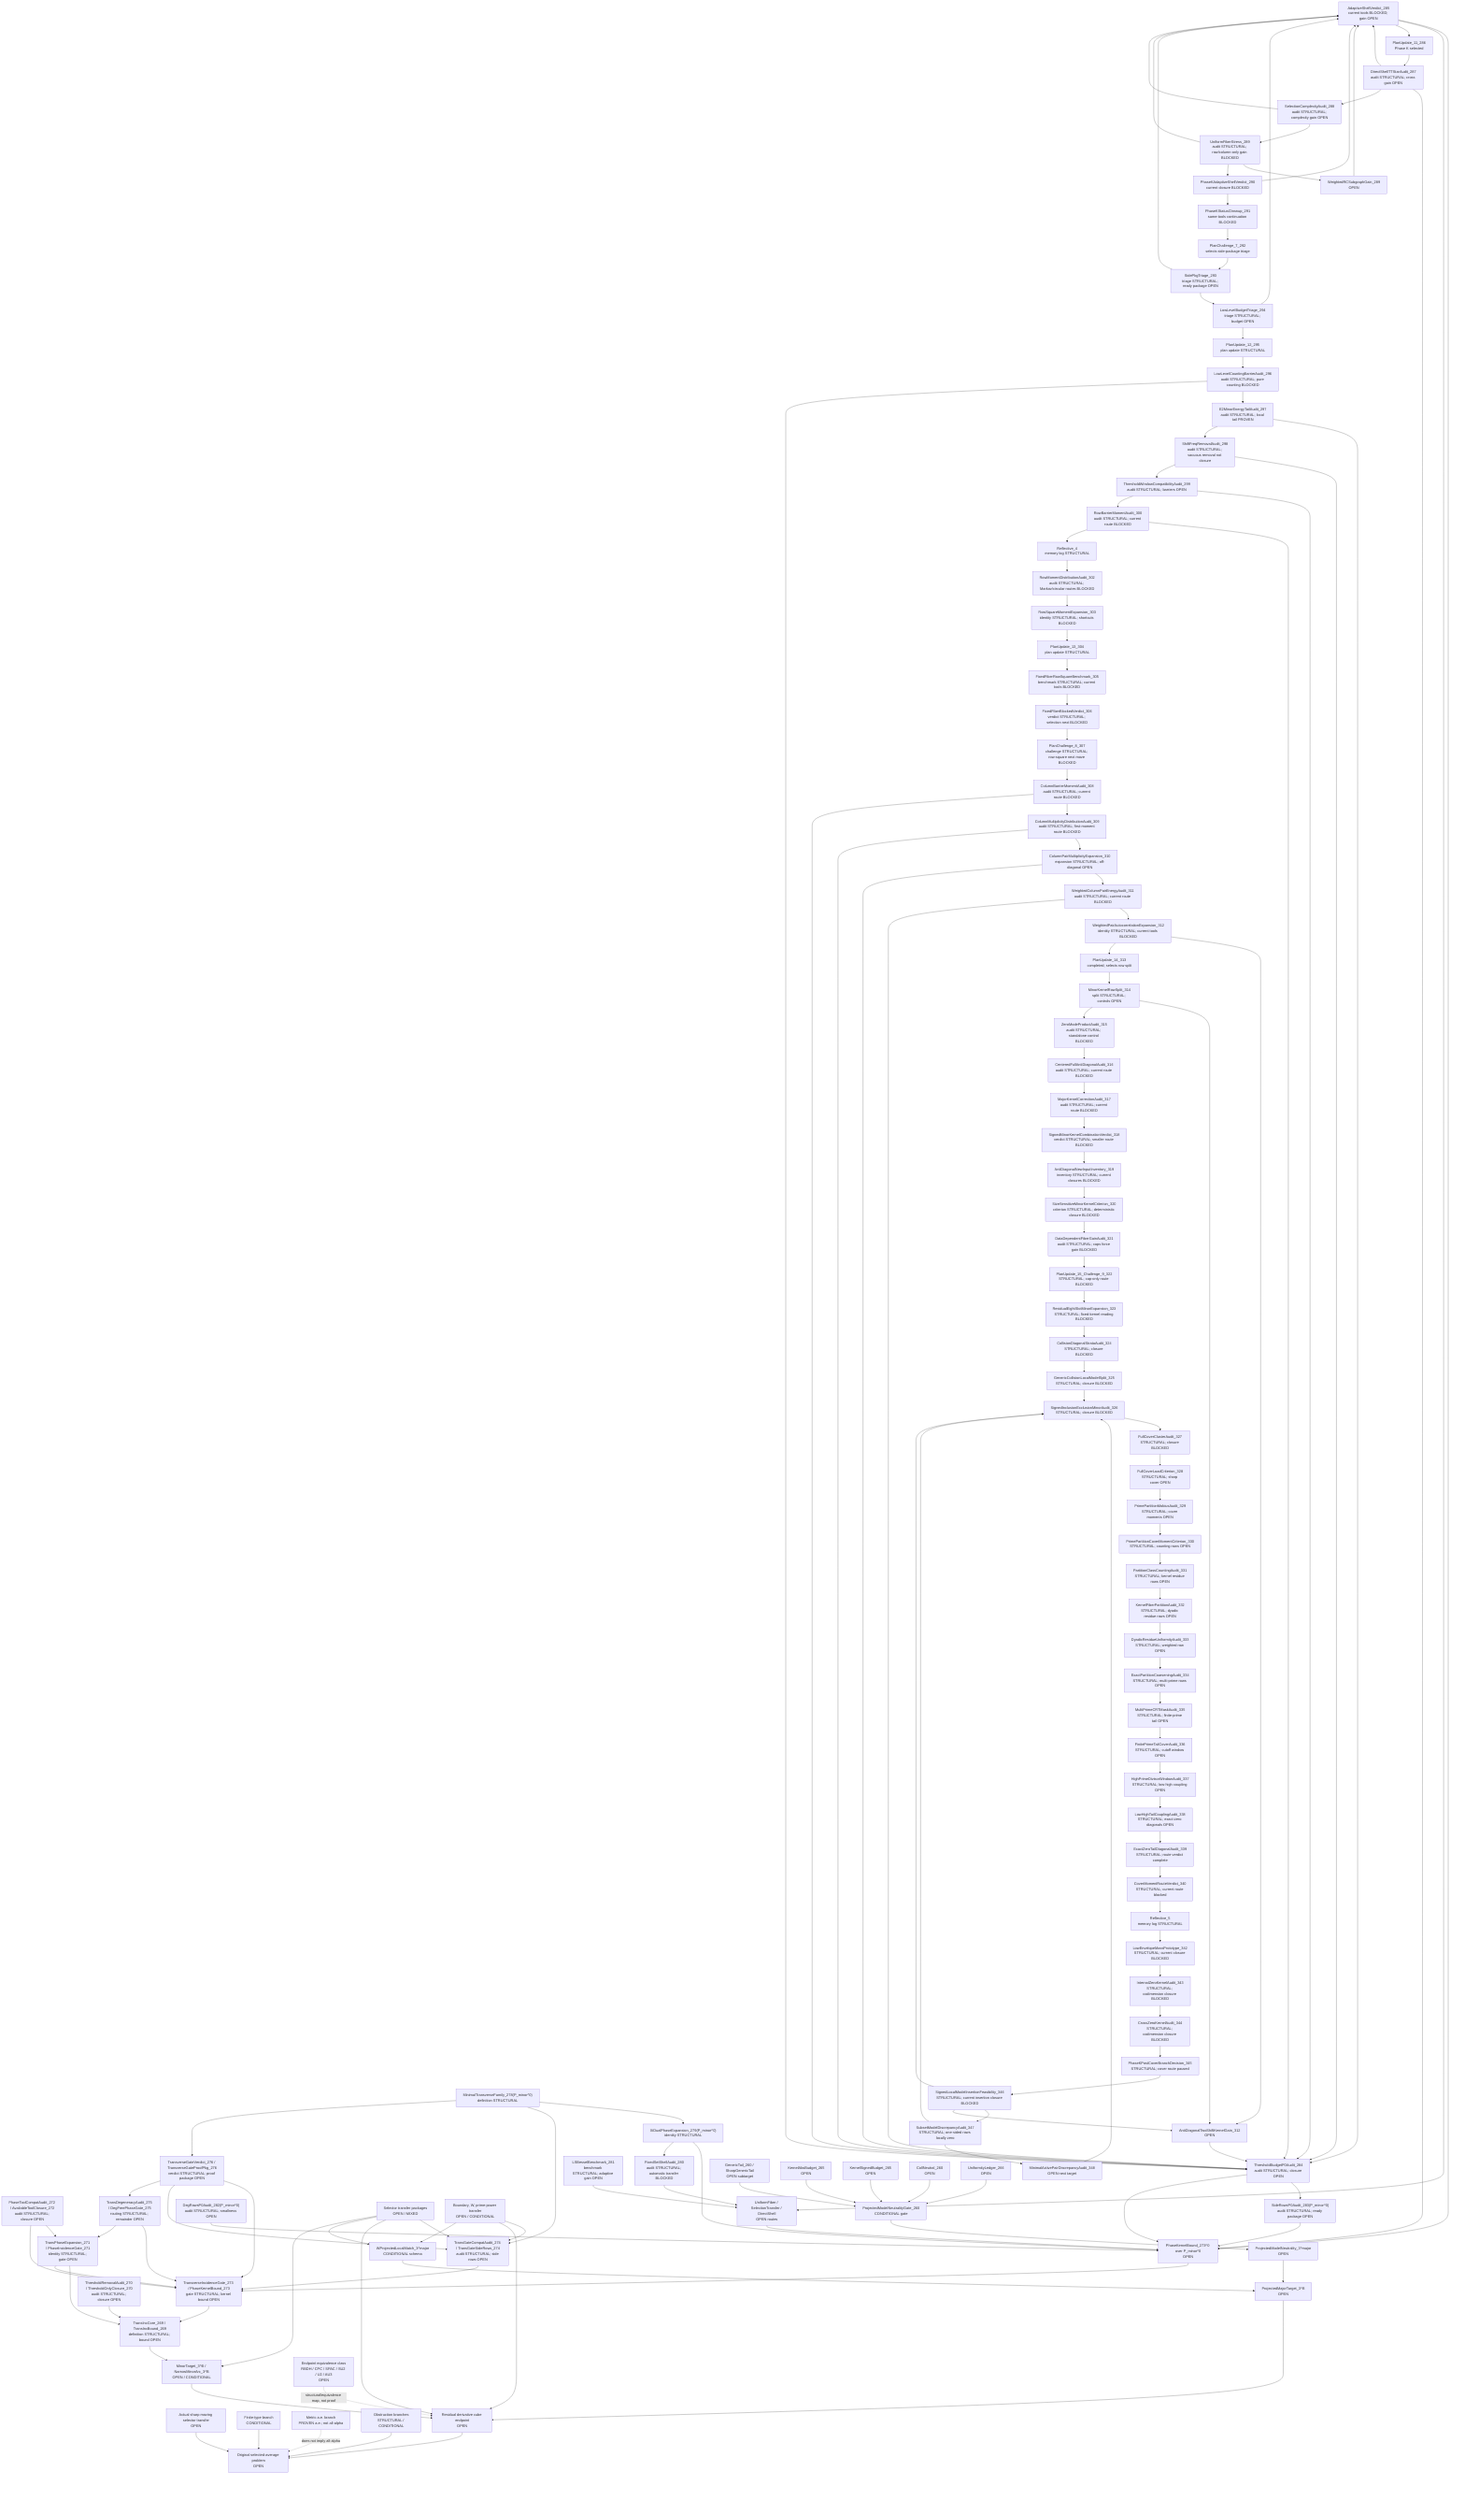
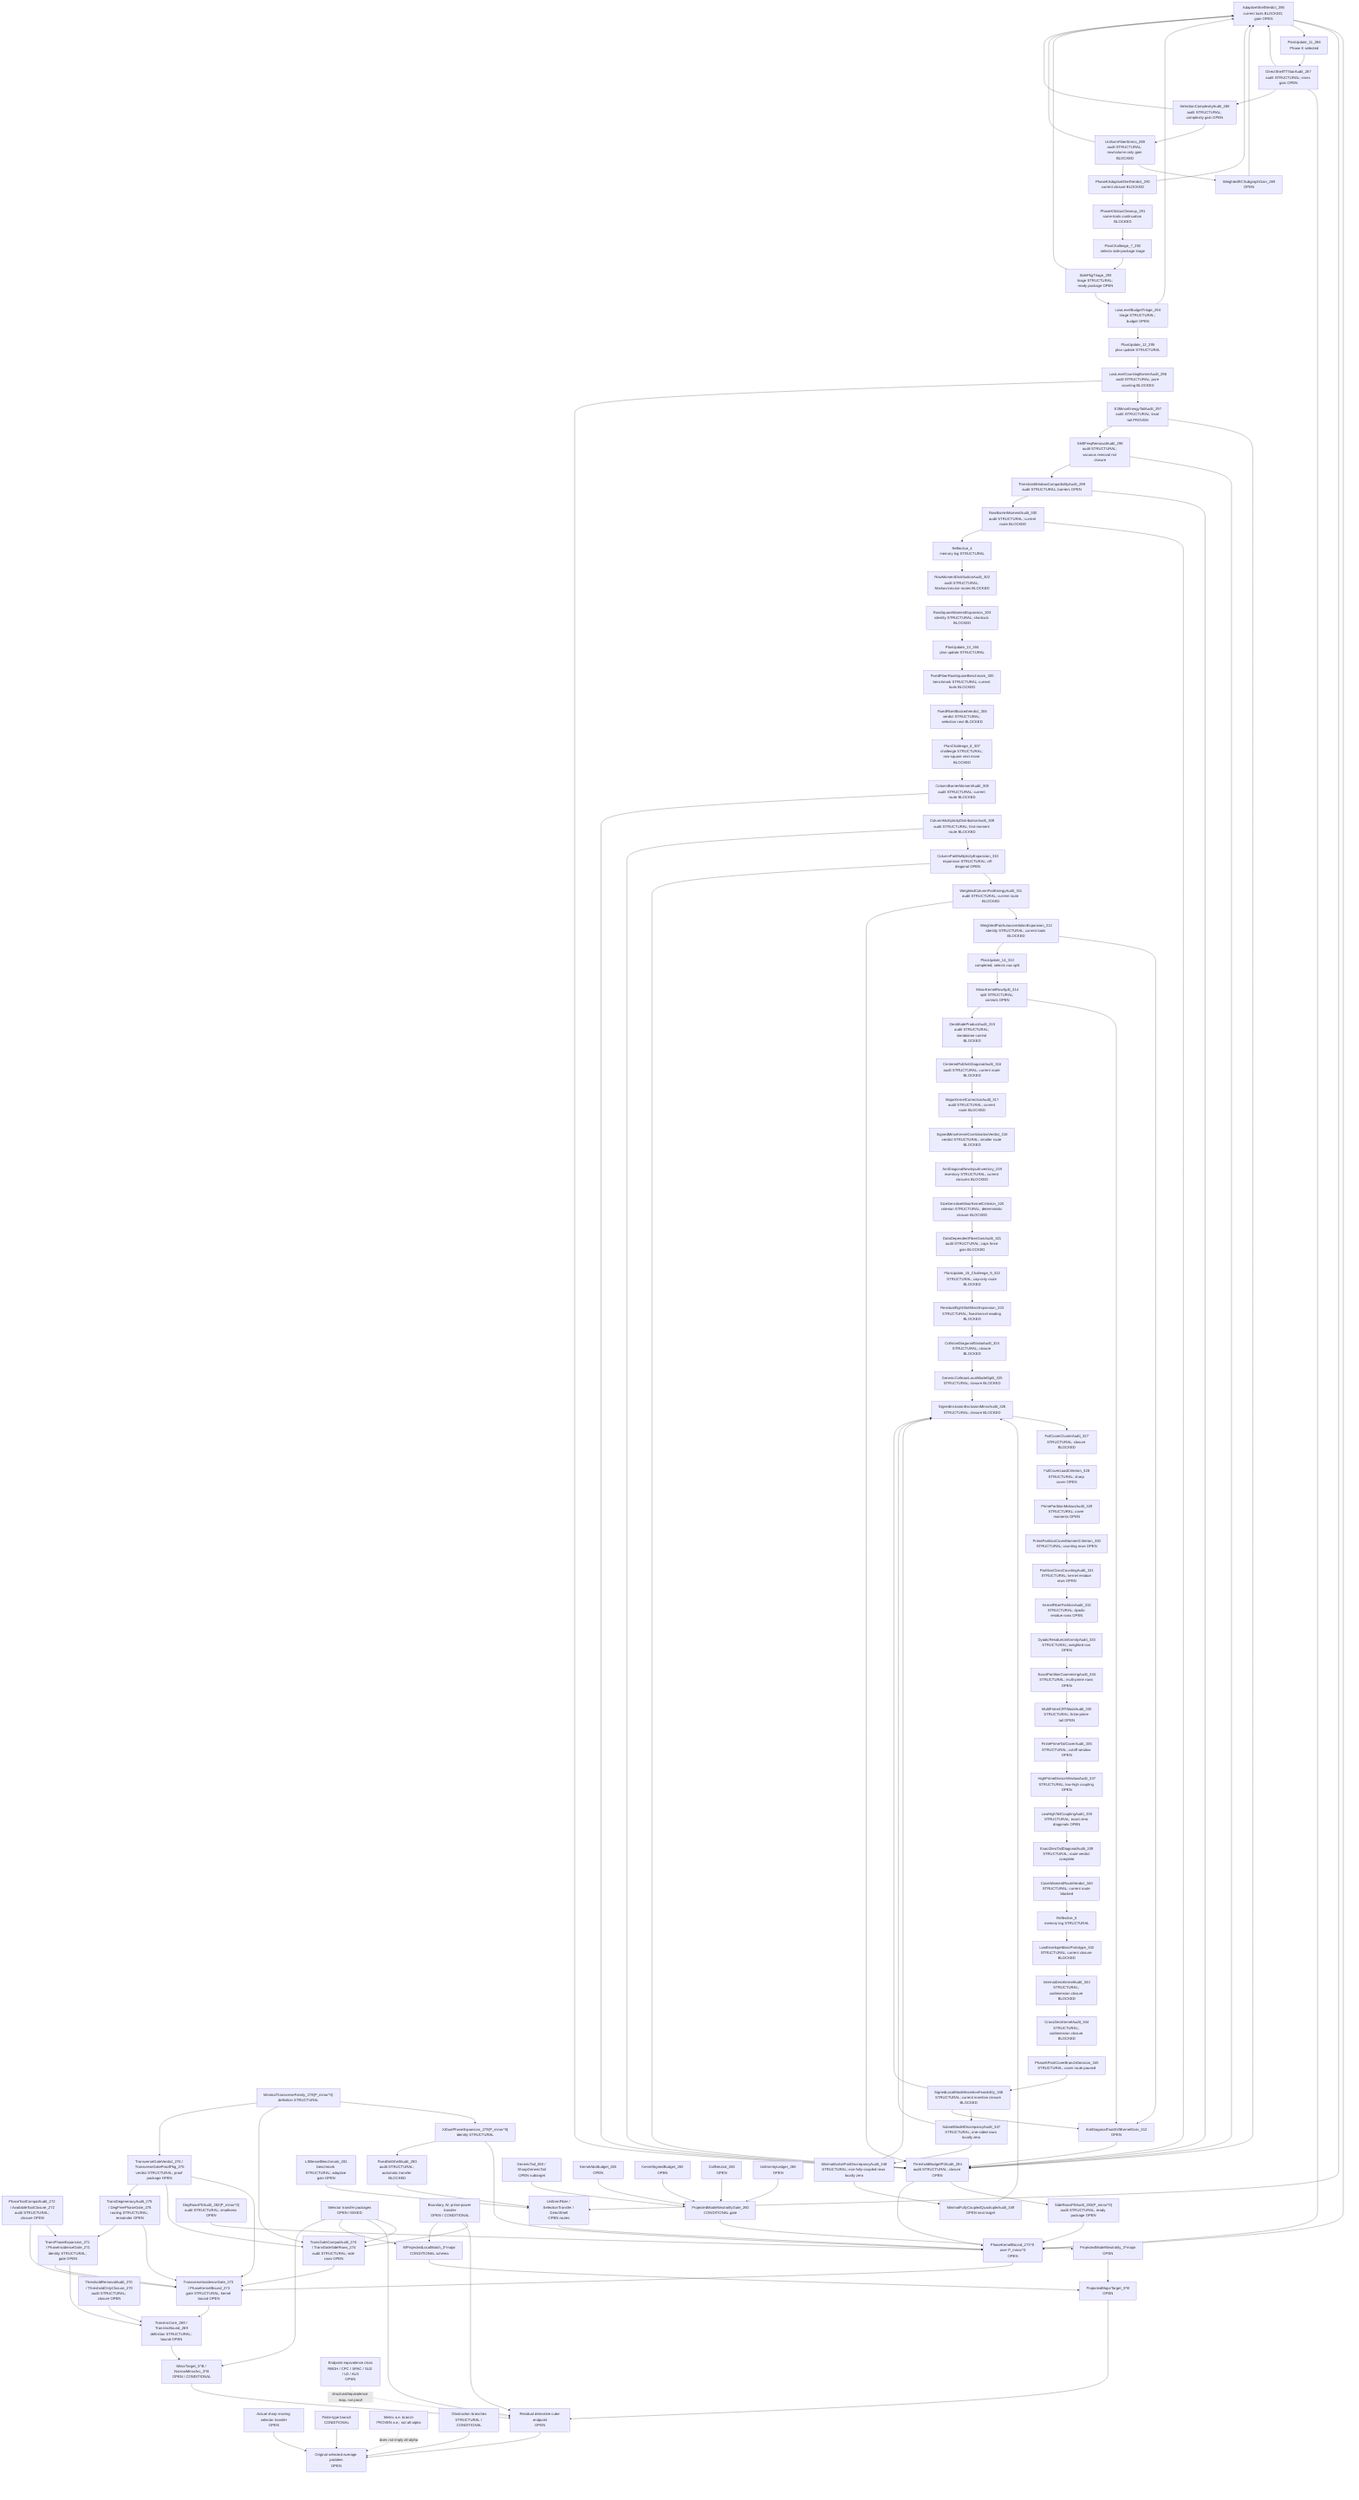
flowchart TD
  Original["Original selected-average problem<br/>OPEN"]
  SharpSel["Actual sharp moving selector transfer<br/>OPEN"]
  FiniteType["Finite-type branch<br/>CONDITIONAL"]
  Metric["Metric a.e. branch<br/>PROVEN a.e.; not all-alpha"]
  Obstruction["Obstruction branches<br/>STRUCTURAL / CONDITIONAL"]

  ResCube["Residual derivative cube endpoint<br/>OPEN"]
  MajorTarget["ProjectedMajorTarget_3^B<br/>OPEN"]
  MinorTarget["MinorTarget_3^B / NarrowMinorArc_3^B<br/>OPEN / CONDITIONAL"]
  TransInc["TransIncCore_269 / TransIncBound_269<br/>definition STRUCTURAL; bound OPEN"]
  ThresholdAudit["ThresholdRemovalAudit_270 / ThresholdOnlyClosure_270<br/>audit STRUCTURAL; closure OPEN"]
  PhaseExpansion["TransPhaseExpansion_271 / PhaseIncidenceGate_271<br/>identity STRUCTURAL; gate OPEN"]
  ToolCompat["PhaseToolCompatAudit_272 / AvailableToolClosure_272<br/>audit STRUCTURAL; closure OPEN"]
  TransGate["TransverseIncidenceGate_273 / PhaseKernelBound_273<br/>gate STRUCTURAL; kernel bound OPEN"]
  TransGateCompat["TransGateCompatAudit_274 / TransGateSideRows_274<br/>audit STRUCTURAL; side rows OPEN"]
  DegAudit["TransDegeneracyAudit_275 / DegFreePhaseGate_275<br/>routing STRUCTURAL; remainder OPEN"]
  TransVerdict["TransverseGateVerdict_276 / TransverseGateProofPkg_276<br/>verdict STRUCTURAL; proof package OPEN"]
  MinTransFamily["MinimalTransverseFamily_278(P_minor^0)<br/>definition STRUCTURAL"]
  XiExpansion["XiDualPhaseExpansion_279(P_minor^0)<br/>identity STRUCTURAL"]
  FixedShellAudit["FixedSetShellAudit_280<br/>audit STRUCTURAL; automatic transfer BLOCKED"]
  FixedShellTransfer["UniformFiber / SelectionTransfer / DirectShell<br/>OPEN routes"]
  LSBesselBench["LSBesselBenchmark_281<br/>benchmark STRUCTURAL; adaptive gain OPEN"]
  DegRowsP0["DegRowsP0Audit_282(P_minor^0)<br/>audit STRUCTURAL; smallness OPEN"]
  SideRowsP0["SideRowsP0Audit_283(P_minor^0)<br/>audit STRUCTURAL; ready package OPEN"]
  ThresholdP0["ThresholdBudgetP0Audit_284<br/>audit STRUCTURAL; closure OPEN"]
  AdaptiveShellP0["AdaptiveShellVerdict_285<br/>current tools BLOCKED; gain OPEN"]
  PlanUpdate11["PlanUpdate_11_286<br/>Phase K selected"]
  DirectTTStar["DirectShellTTStarAudit_287<br/>audit STRUCTURAL; cross gain OPEN"]
  SelectionComplexity["SelectionComplexityAudit_288<br/>audit STRUCTURAL; complexity gain OPEN"]
  UniformFiberStress["UniformFiberStress_289<br/>audit STRUCTURAL; row/column-only gain BLOCKED"]
  WeightedRCSubgraph["WeightedRCSubgraphGain_289<br/>OPEN"]
  AdaptiveVerdict290["PhaseKAdaptiveShellVerdict_290<br/>current closure BLOCKED"]
  PhaseKCleanup291["PhaseKStatusCleanup_291<br/>same-tools continuation BLOCKED"]
  PlanChallenge7["PlanChallenge_7_292<br/>selects side-package triage"]
  SidePkgTriage293["SidePkgTriage_293<br/>triage STRUCTURAL; ready package OPEN"]
  LowLevelTriage294["LowLevelBudgetTriage_294<br/>triage STRUCTURAL; budget OPEN"]
  PlanUpdate12["PlanUpdate_12_295<br/>plan update STRUCTURAL"]
  LowLevelBarrier296["LowLevelCountingBarrierAudit_296<br/>audit STRUCTURAL; pure counting BLOCKED"]
  E2Tail297["E2MinorEnergyTailAudit_297<br/>audit STRUCTURAL; local tail PROVEN"]
  ShiftFreq298["ShiftFreqRemovalAudit_298<br/>audit STRUCTURAL; vacuous removal not closure"]
  ThresholdWindow299["ThresholdWindowCompatibilityAudit_299<br/>audit STRUCTURAL; barriers OPEN"]
  RowBarrier300["RowBarrierMomentAudit_300<br/>audit STRUCTURAL; current route BLOCKED"]
  Reflective4["Reflective_4<br/>memory log STRUCTURAL"]
  RowMoment302["RowMomentDistributionAudit_302<br/>audit STRUCTURAL; Markov/circular routes BLOCKED"]
  RowSquare303["RowSquareMomentExpansion_303<br/>identity STRUCTURAL; shortcuts BLOCKED"]
  PlanUpdate13["PlanUpdate_13_304<br/>plan update STRUCTURAL"]
  FixedFiber305["FixedFiberRowSquareBenchmark_305<br/>benchmark STRUCTURAL; current tools BLOCKED"]
  FixedFiber306["FixedFiberBlockedVerdict_306<br/>verdict STRUCTURAL; selection next BLOCKED"]
  PlanChallenge8["PlanChallenge_8_307<br/>challenge STRUCTURAL; row-square next move BLOCKED"]
  ColumnBarrier308["ColumnBarrierMomentAudit_308<br/>audit STRUCTURAL; current route BLOCKED"]
  ColumnDist309["ColumnMultiplicityDistributionAudit_309<br/>audit STRUCTURAL; first-moment route BLOCKED"]
  ColumnPair310["ColumnPairMultiplicityExpansion_310<br/>expansion STRUCTURAL; off-diagonal OPEN"]
  WPair311["WeightedColumnPairEnergyAudit_311<br/>audit STRUCTURAL; current route BLOCKED"]
  AutoCorr312["WeightedPairAutocorrelationExpansion_312<br/>identity STRUCTURAL; current tools BLOCKED"]
  AntiDiag312["AntiDiagonalTwoShiftKernelGain_312<br/>OPEN"]
  PlanUpdate14["PlanUpdate_14_313<br/>completed; selects row split"]
  MinorKernel314["MinorKernelRowSplit_314<br/>split STRUCTURAL; controls OPEN"]
  ZeroAudit315["ZeroModeProductAudit_315<br/>audit STRUCTURAL; standalone control BLOCKED"]
  CenteredFull316["CenteredFullAntiDiagonalAudit_316<br/>audit STRUCTURAL; current route BLOCKED"]
  MajorCorr317["MajorKernelCorrectionAudit_317<br/>audit STRUCTURAL; current route BLOCKED"]
  SignedVerdict318["SignedMinorKernelCombinationVerdict_318<br/>verdict STRUCTURAL; smaller route BLOCKED"]
  NewInput319["AntiDiagonalNewInputInventory_319<br/>inventory STRUCTURAL; current closures BLOCKED"]
  SizeSensitive320["SizeSensitiveMinorKernelCriterion_320<br/>criterion STRUCTURAL; deterministic closure BLOCKED"]
  FiberGain321["DataDependentFiberGainAudit_321<br/>audit STRUCTURAL; caps force gain BLOCKED"]
  Plan322["PlanUpdate_15_Challenge_9_322<br/>STRUCTURAL; cap-only route BLOCKED"]
  ResidualEight323["ResidualEightSlotMinorExpansion_323<br/>STRUCTURAL; fixed-kernel reading BLOCKED"]
  Collision324["CollisionDiagonalStrataAudit_324<br/>STRUCTURAL; closure BLOCKED"]
  GenericSplit325["GenericCollisionLocalModelSplit_325<br/>STRUCTURAL; closure BLOCKED"]
  SignedIE326["SignedInclusionExclusionMinorAudit_326<br/>STRUCTURAL; closure BLOCKED"]
  FullCover327["FullCoverClusterAudit_327<br/>STRUCTURAL; closure BLOCKED"]
  CoverLoad328["FullCoverLoadCriterion_328<br/>STRUCTURAL; sharp cover OPEN"]
  PrimeMobius329["PrimePartitionMobiusAudit_329<br/>STRUCTURAL; cover moments OPEN"]
  CoverMoment330["PrimePartitionCoverMomentCriterion_330<br/>STRUCTURAL; counting rows OPEN"]
  PartitionCount331["PartitionClassCountingAudit_331<br/>STRUCTURAL; kernel residue rows OPEN"]
  KernelFiber332["KernelFiberPartitionAudit_332<br/>STRUCTURAL; dyadic residue rows OPEN"]
  Dyadic333["DyadicResidueUniformityAudit_333<br/>STRUCTURAL; weighted row OPEN"]
  Coarsening334["ExactPartitionCoarseningAudit_334<br/>STRUCTURAL; multi-prime rows OPEN"]
  CRTMask335["MultiPrimeCRTMaskAudit_335<br/>STRUCTURAL; finite-prime tail OPEN"]
  Tail336["FinitePrimeTailCoverAudit_336<br/>STRUCTURAL; cutoff window OPEN"]
  DivWindow337["HighPrimeDivisorWindowAudit_337<br/>STRUCTURAL; low-high coupling OPEN"]
  LowHigh338["LowHighTailCouplingAudit_338<br/>STRUCTURAL; exact-zero diagonals OPEN"]
  ExactZero339["ExactZeroTailDiagonalAudit_339<br/>STRUCTURAL; route verdict complete"]
  CoverVerdict340["CoverMomentRouteVerdict_340<br/>STRUCTURAL; current route blocked"]
  Reflective5["Reflective_5<br/>memory log STRUCTURAL"]
  LowEnvelope342["LowEnvelopeMassPrototype_342<br/>STRUCTURAL; current closure BLOCKED"]
  InternalZero343["InternalZeroKernelAudit_343<br/>STRUCTURAL; codimension closure BLOCKED"]
  CrossZero344["CrossZeroKernelAudit_344<br/>STRUCTURAL; codimension closure BLOCKED"]
  PhaseDecision345["PhaseKPostCoverBranchDecision_345<br/>STRUCTURAL; cover route paused"]
  SignedInsertion346["SignedLocalModelInsertionFeasibility_346<br/>STRUCTURAL; current insertion closure BLOCKED"]
  SubsetDiscrep347["SubsetModelDiscrepancyAudit_347<br/>STRUCTURAL; one-sided rows locally zero"]
-   MinPair348["MinimalActivePairDiscrepancyAudit_348<br/>OPEN next target"]
+   MinPair348["MinimalActivePairDiscrepancyAudit_348<br/>STRUCTURAL; non-fully-coupled rows locally zero"]
+   MinQuad349["MinimalFullyCoupledQuadrupleAudit_349<br/>OPEN next target"]
  PhaseKernel0["PhaseKernelBound_273^0 over P_minor^0<br/>OPEN"]
  SelectorTransfer["Selector transfer packages<br/>OPEN / MIXED"]
  BoundaryTransfer["Boundary, W, prime-power transfer<br/>OPEN / CONDITIONAL"]

  WLocal["WProjectedLocalMatch_3^major<br/>CONDITIONAL schema"]
  ModelNeutral["ProjectedModelNeutrality_3^major<br/>OPEN"]
  PMNGate["ProjectedModelNeutralityGate_260<br/>CONDITIONAL gate"]
  GenericTail["GenericTail_260 / SharpGenericTail<br/>OPEN subtarget"]
  KernelAbs["KernelAbsBudget_265<br/>OPEN"]
  KernelSigned["KernelSignedBudget_265<br/>OPEN"]
  CollNeutral["CollNeutral_260<br/>OPEN"]
  Uniformity["UniformityLedger_266<br/>OPEN"]

  EndpointClass["Endpoint equivalence class<br/>RBDH / CPC / SPAC / SU2 / U2 / AU3<br/>OPEN"]

  SharpSel --> Original
  FiniteType --> Original
  Obstruction --> Original
  ResCube --> Original
  Metric -. "does not imply all-alpha" .-> Original

  MajorTarget --> ResCube
  MinorTarget --> ResCube
  TransInc --> MinorTarget
  ThresholdAudit --> TransInc
  PhaseExpansion --> TransInc
  ToolCompat --> PhaseExpansion
  TransGate --> TransInc
  PhaseExpansion --> TransGate
  ToolCompat --> TransGate
  TransGateCompat --> TransGate
  SelectorTransfer --> TransGateCompat
  BoundaryTransfer --> TransGateCompat
  DegAudit --> TransGate
  DegAudit --> PhaseExpansion
  TransVerdict --> TransGate
  TransVerdict --> TransGateCompat
  TransVerdict --> DegAudit
  PhaseKernel0 --> TransGate
  MinTransFamily --> XiExpansion
  XiExpansion --> PhaseKernel0
  XiExpansion --> FixedShellAudit
  FixedShellAudit --> FixedShellTransfer
  FixedShellTransfer --> PhaseKernel0
  LSBesselBench --> FixedShellTransfer
  DegRowsP0 --> PhaseKernel0
  SideRowsP0 --> PhaseKernel0
  ThresholdP0 --> SideRowsP0
  ThresholdP0 --> PhaseKernel0
  AdaptiveShellP0 --> PhaseKernel0
  AdaptiveShellP0 --> FixedShellTransfer
  AdaptiveShellP0 --> PlanUpdate11
  PlanUpdate11 --> DirectTTStar
  DirectTTStar --> AdaptiveShellP0
  DirectTTStar --> PhaseKernel0
  DirectTTStar --> SelectionComplexity
  SelectionComplexity --> UniformFiberStress
  SelectionComplexity --> AdaptiveShellP0
  UniformFiberStress --> WeightedRCSubgraph
  WeightedRCSubgraph --> AdaptiveShellP0
  UniformFiberStress --> AdaptiveVerdict290
  UniformFiberStress --> AdaptiveShellP0
  AdaptiveVerdict290 --> AdaptiveShellP0
  AdaptiveVerdict290 --> PhaseKCleanup291
  PhaseKCleanup291 --> PlanChallenge7
  PlanChallenge7 --> SidePkgTriage293
  SidePkgTriage293 --> LowLevelTriage294
  SidePkgTriage293 --> AdaptiveShellP0
  LowLevelTriage294 --> AdaptiveShellP0
  LowLevelTriage294 --> PlanUpdate12
  PlanUpdate12 --> LowLevelBarrier296
  LowLevelBarrier296 --> E2Tail297
  LowLevelBarrier296 --> ThresholdP0
  E2Tail297 --> ThresholdP0
  E2Tail297 --> ShiftFreq298
  ShiftFreq298 --> ThresholdP0
  ShiftFreq298 --> ThresholdWindow299
  ThresholdWindow299 --> ThresholdP0
  ThresholdWindow299 --> RowBarrier300
  RowBarrier300 --> ThresholdP0
  RowBarrier300 --> Reflective4
  Reflective4 --> RowMoment302
  RowMoment302 --> RowSquare303
  RowSquare303 --> PlanUpdate13
  PlanUpdate13 --> FixedFiber305
  FixedFiber305 --> FixedFiber306
  FixedFiber306 --> PlanChallenge8
  PlanChallenge8 --> ColumnBarrier308
  ColumnBarrier308 --> ColumnDist309
  ColumnDist309 --> ColumnPair310
  ColumnPair310 --> WPair311
  WPair311 --> AutoCorr312
  AutoCorr312 --> AntiDiag312
  AntiDiag312 --> ThresholdP0
  AutoCorr312 --> PlanUpdate14
  PlanUpdate14 --> MinorKernel314
  MinorKernel314 --> AntiDiag312
  MinorKernel314 --> ZeroAudit315
  ZeroAudit315 --> CenteredFull316
  CenteredFull316 --> MajorCorr317
  MajorCorr317 --> SignedVerdict318
  SignedVerdict318 --> NewInput319
  NewInput319 --> SizeSensitive320
  SizeSensitive320 --> FiberGain321
  FiberGain321 --> Plan322
  Plan322 --> ResidualEight323
  ResidualEight323 --> Collision324
  Collision324 --> GenericSplit325
  GenericSplit325 --> SignedIE326
  SignedIE326 --> FullCover327
  FullCover327 --> CoverLoad328
  CoverLoad328 --> PrimeMobius329
  PrimeMobius329 --> CoverMoment330
  CoverMoment330 --> PartitionCount331
  PartitionCount331 --> KernelFiber332
  KernelFiber332 --> Dyadic333
  Dyadic333 --> Coarsening334
  Coarsening334 --> CRTMask335
  CRTMask335 --> Tail336
  Tail336 --> DivWindow337
  DivWindow337 --> LowHigh338
  LowHigh338 --> ExactZero339
  ExactZero339 --> CoverVerdict340
  CoverVerdict340 --> Reflective5
  Reflective5 --> LowEnvelope342
  LowEnvelope342 --> InternalZero343
  InternalZero343 --> CrossZero344
  CrossZero344 --> PhaseDecision345
  PhaseDecision345 --> SignedInsertion346
  SignedInsertion346 --> SubsetDiscrep347
  SubsetDiscrep347 --> MinPair348
+   MinPair348 --> MinQuad349
+   MinQuad349 --> SignedIE326
  MinPair348 --> SignedIE326
  SubsetDiscrep347 --> SignedIE326
  SignedInsertion346 --> SignedIE326
  SignedInsertion346 --> AntiDiag312
  WPair311 --> ThresholdP0
  ColumnPair310 --> ThresholdP0
  ColumnDist309 --> ThresholdP0
  ColumnBarrier308 --> ThresholdP0
  MinTransFamily --> TransGateCompat
  MinTransFamily --> TransVerdict
  SelectorTransfer --> ResCube
  BoundaryTransfer --> ResCube
  EndpointClass -. "structural/equivalence map, not proof" .-> ResCube

  WLocal --> MajorTarget
  ModelNeutral --> MajorTarget

  PMNGate --> ModelNeutral
  GenericTail --> PMNGate
  KernelAbs --> PMNGate
  KernelSigned --> PMNGate
  CollNeutral --> PMNGate
  Uniformity --> PMNGate

  BoundaryTransfer --> WLocal
  SelectorTransfer --> WLocal
  SelectorTransfer --> MinorTarget
